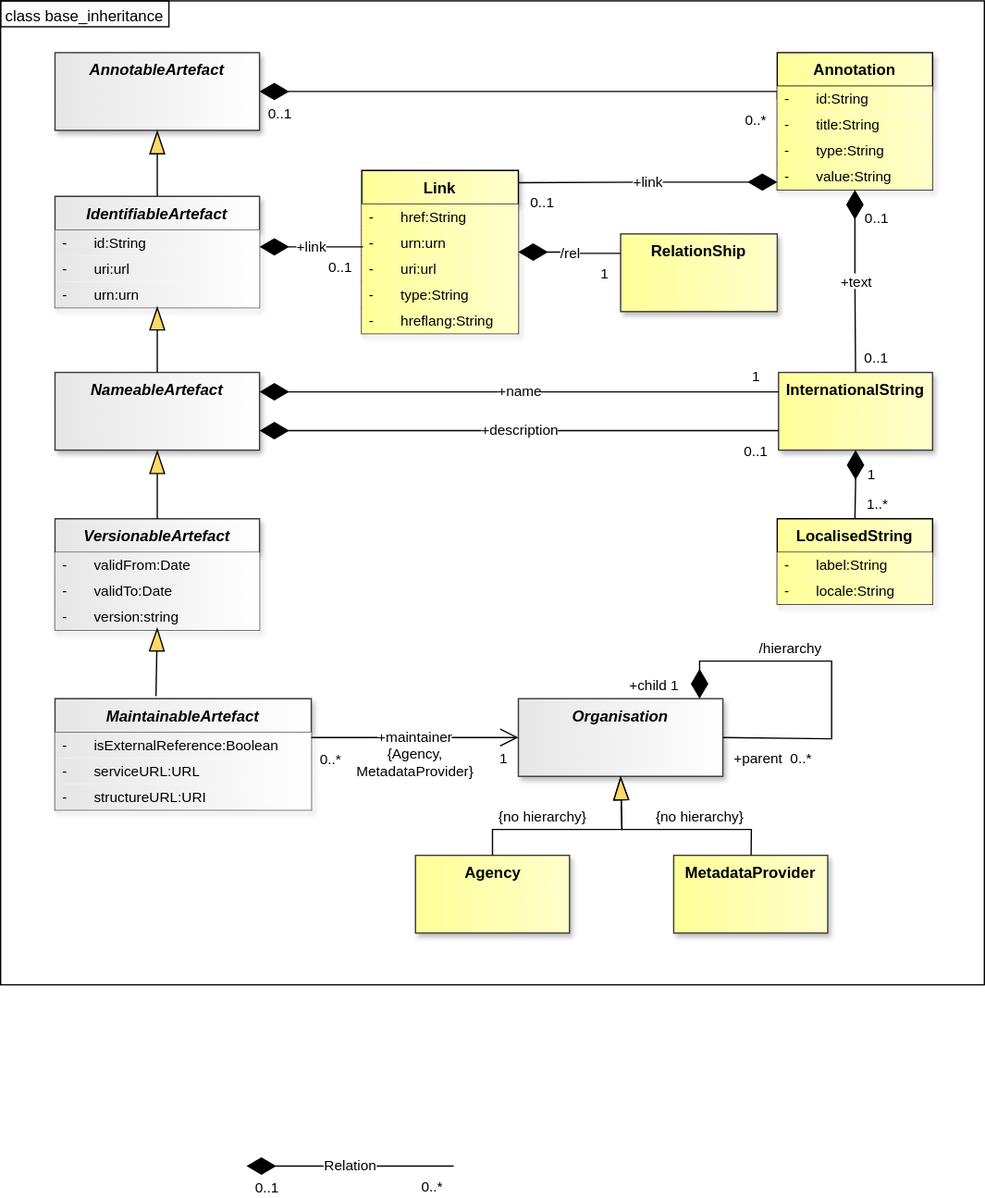
The draw.io diagram docs/information_model/media/sdmx_base-base_inheritance.svg in dosse/sdmx-im, before a commit. Source tidied: cells renumbered, new cells last; positions are measured from the earlier drawing's top-left corner, leaving out a move shared by most shapes.
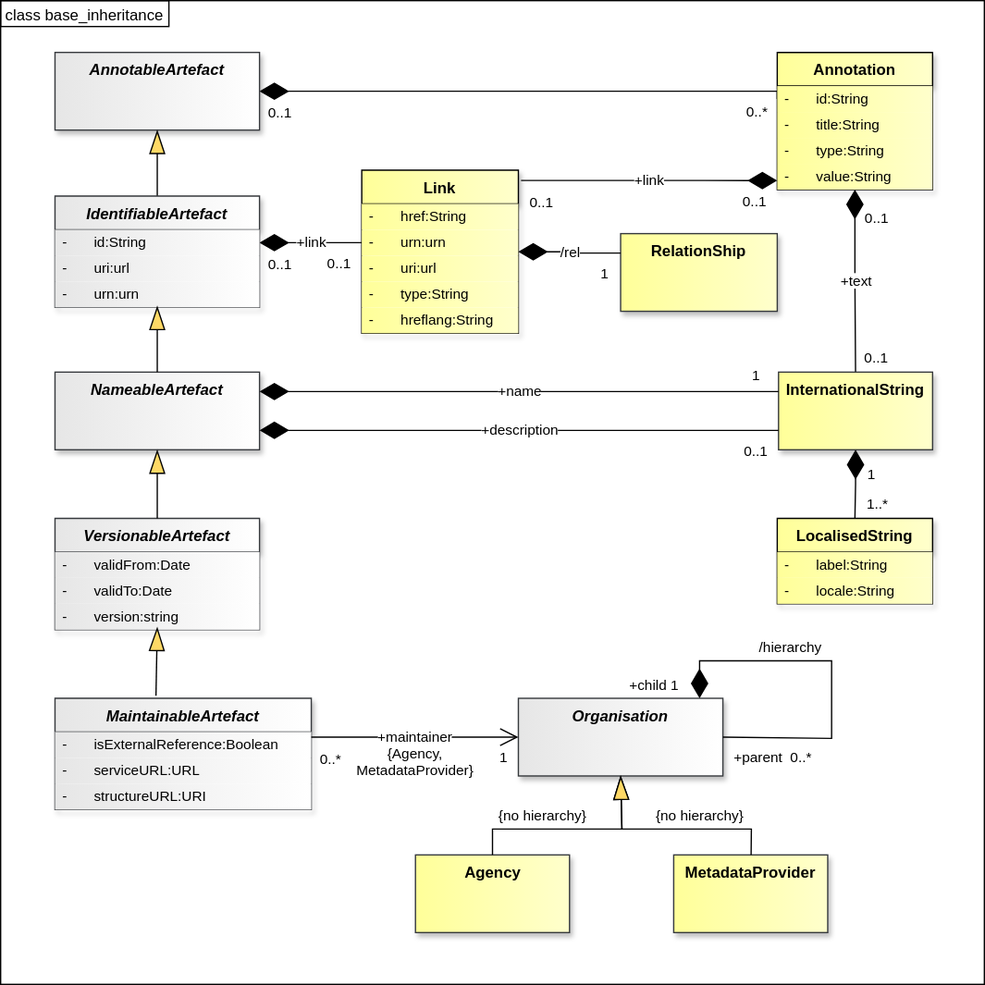
The same file after the commit.

Commit message:
Update sdmx_base-base_inheritance.svg; https://github.com/sdmx-twg/sdmx-im/issues/1

The edit, as a diff of the source:
```diff
@@ -92,21 +92,18 @@
     </mxCell>
     <mxCell id="29" value="0..*" style="edgeLabel;html=1;align=right;verticalAlign=top;labelBackgroundColor=none;fontColor=light-dark(#000000,#FFFFFF);" parent="27" vertex="1">
       <mxGeometry x="1" relative="1" as="geometry">
-        <mxPoint x="-8" y="3" as="offset" />
+        <mxPoint x="-7" y="-3" as="offset" />
       </mxGeometry>
     </mxCell>
-    <mxCell id="30" value="&lt;font style=&quot;color: light-dark(rgb(0, 0, 0), rgb(255, 255, 255)); background-color: light-dark(rgb(255, 255, 255), rgb(0, 0, 0));&quot;&gt;Relation&lt;/font&gt;" style="endArrow=none;html=1;endSize=12;startArrow=diamondThin;startSize=20;startFill=1;edgeStyle=orthogonalEdgeStyle;rounded=0;exitX=1;exitY=0.5;exitDx=0;exitDy=0;endFill=0;strokeColor=light-dark(#000000,#FFFFFF);fontColor=light-dark(#000000,#FFFFFF);labelBackgroundColor=none;" parent="1" edge="1">
-      <mxGeometry relative="1" as="geometry">
-        <mxPoint x="190" y="900" as="sourcePoint" />
-        <mxPoint x="350" y="900" as="targetPoint" />
-      </mxGeometry>
+    <mxCell id="30" value="&lt;font style=&quot;color: light-dark(rgb(0, 0, 0), rgb(255, 255, 255)); background-color: light-dark(rgb(255, 255, 255), rgb(0, 0, 0));&quot;&gt;+link&lt;/font&gt;" style="endArrow=none;html=1;endSize=12;startArrow=diamondThin;startSize=20;startFill=1;edgeStyle=orthogonalEdgeStyle;rounded=0;exitX=1;exitY=0.5;exitDx=0;exitDy=0;endFill=0;strokeColor=light-dark(#000000,#FFFFFF);fontColor=light-dark(#000000,#FFFFFF);labelBackgroundColor=none;entryX=0;entryY=0.5;entryDx=0;entryDy=0;" parent="1" edge="1" source="41" target="55">
+      <mxGeometry relative="1" as="geometry" />
     </mxCell>
     <mxCell id="31" value="0..1" style="edgeLabel;html=1;align=left;verticalAlign=top;labelBackgroundColor=none;fontColor=light-dark(#000000,#FFFFFF);" parent="30" vertex="1">
       <mxGeometry x="-1" relative="1" as="geometry">
         <mxPoint x="5" y="4" as="offset" />
       </mxGeometry>
     </mxCell>
-    <mxCell id="32" value="0..*" style="edgeLabel;html=1;align=right;verticalAlign=top;labelBackgroundColor=none;fontColor=light-dark(#000000,#FFFFFF);" parent="30" vertex="1">
+    <mxCell id="32" value="0..1" style="edgeLabel;html=1;align=right;verticalAlign=top;labelBackgroundColor=none;fontColor=light-dark(#000000,#FFFFFF);" parent="30" vertex="1">
       <mxGeometry x="1" relative="1" as="geometry">
         <mxPoint x="-8" y="3" as="offset" />
       </mxGeometry>
@@ -224,27 +221,6 @@
         <mxPoint x="26" y="-25" as="offset" />
       </mxGeometry>
     </mxCell>
-    <mxCell id="68" value="&lt;font style=&quot;color: light-dark(rgb(0, 0, 0), rgb(255, 255, 255)); background-color: light-dark(rgb(255, 255, 255), rgb(0, 0, 0));&quot;&gt;+link&lt;/font&gt;" style="endArrow=none;html=1;endSize=12;startArrow=diamondThin;startSize=20;startFill=1;edgeStyle=orthogonalEdgeStyle;rounded=0;endFill=0;strokeColor=light-dark(#000000,#FFFFFF);fontColor=light-dark(#000000,#FFFFFF);labelBackgroundColor=none;" parent="1" edge="1">
-      <mxGeometry relative="1" as="geometry">
-        <mxPoint x="200" y="190" as="sourcePoint" />
-        <mxPoint x="280" y="190" as="targetPoint" />
-      </mxGeometry>
-    </mxCell>
-    <mxCell id="69" value="0..1" style="edgeLabel;html=1;align=right;verticalAlign=top;labelBackgroundColor=none;fontColor=light-dark(#000000,#FFFFFF);" parent="68" vertex="1">
-      <mxGeometry x="1" relative="1" as="geometry">
-        <mxPoint x="-8" y="3" as="offset" />
-      </mxGeometry>
-    </mxCell>
-    <mxCell id="70" value="&lt;font style=&quot;color: light-dark(rgb(0, 0, 0), rgb(255, 255, 255)); background-color: light-dark(rgb(255, 255, 255), rgb(0, 0, 0));&quot;&gt;+link&lt;/font&gt;" style="endArrow=none;html=1;endSize=12;startArrow=diamondThin;startSize=20;startFill=1;edgeStyle=orthogonalEdgeStyle;rounded=0;endFill=0;strokeColor=light-dark(#000000,#FFFFFF);fontColor=light-dark(#000000,#FFFFFF);labelBackgroundColor=none;entryX=1;entryY=0.075;entryDx=0;entryDy=0;entryPerimeter=0;" parent="1" edge="1" target="53">
-      <mxGeometry relative="1" as="geometry">
-        <mxPoint x="600" y="140" as="sourcePoint" />
-      </mxGeometry>
-    </mxCell>
-    <mxCell id="71" value="0..1" style="edgeLabel;html=1;align=right;verticalAlign=top;labelBackgroundColor=none;fontColor=light-dark(#000000,#FFFFFF);" parent="70" vertex="1">
-      <mxGeometry x="1" relative="1" as="geometry">
-        <mxPoint x="28" y="3" as="offset" />
-      </mxGeometry>
-    </mxCell>
     <mxCell id="72" value="&lt;font style=&quot;color: light-dark(rgb(0, 0, 0), rgb(255, 255, 255)); background-color: light-dark(rgb(255, 255, 255), rgb(0, 0, 0));&quot;&gt;/rel&lt;/font&gt;" style="endArrow=none;html=1;endSize=12;startArrow=diamondThin;startSize=20;startFill=1;edgeStyle=orthogonalEdgeStyle;rounded=0;endFill=0;strokeColor=light-dark(#000000,#FFFFFF);fontColor=light-dark(#000000,#FFFFFF);labelBackgroundColor=none;entryX=0;entryY=0.25;entryDx=0;entryDy=0;exitX=1;exitY=0.5;exitDx=0;exitDy=0;" parent="1" edge="1" source="53" target="59">
       <mxGeometry relative="1" as="geometry" />
     </mxCell>
@@ -346,5 +322,20 @@
     <mxCell id="94" value="class base_inheritance" style="text;whiteSpace=wrap;imageHeight=24;strokeColor=light-dark(#000000,#FFFFFF);fontColor=light-dark(#000000,#FFFFFF);spacing=0;spacingRight=0;spacingLeft=0;align=center;" parent="1" vertex="1">
       <mxGeometry width="130" height="20" as="geometry" />
     </mxCell>
+    <mxCell id="95" value="&lt;font style=&quot;color: light-dark(rgb(0, 0, 0), rgb(255, 255, 255)); background-color: light-dark(rgb(255, 255, 255), rgb(0, 0, 0));&quot;&gt;+link&lt;/font&gt;" style="endArrow=diamondThin;html=1;endSize=20;startArrow=none;startSize=20;startFill=0;edgeStyle=orthogonalEdgeStyle;rounded=0;exitX=1.017;exitY=0.063;exitDx=0;exitDy=0;endFill=1;strokeColor=light-dark(#000000,#FFFFFF);fontColor=light-dark(#000000,#FFFFFF);labelBackgroundColor=none;exitPerimeter=0;" parent="1" edge="1" source="53">
+      <mxGeometry relative="1" as="geometry">
+        <mxPoint x="600" y="139" as="targetPoint" />
+      </mxGeometry>
+    </mxCell>
+    <mxCell id="96" value="0..1" style="edgeLabel;html=1;align=left;verticalAlign=top;labelBackgroundColor=none;fontColor=light-dark(#000000,#FFFFFF);" parent="95" vertex="1">
+      <mxGeometry x="-1" relative="1" as="geometry">
+        <mxPoint x="5" y="4" as="offset" />
+      </mxGeometry>
+    </mxCell>
+    <mxCell id="97" value="0..1" style="edgeLabel;html=1;align=right;verticalAlign=top;labelBackgroundColor=none;fontColor=light-dark(#000000,#FFFFFF);" parent="95" vertex="1">
+      <mxGeometry x="1" relative="1" as="geometry">
+        <mxPoint x="-8" y="3" as="offset" />
+      </mxGeometry>
+    </mxCell>
   </root>
 </mxGraphModel>
```
